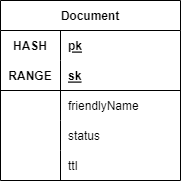
Above: print-me-clone/assets/Document.png in imCertified/portfolio (draw.io), before the change. Source tidied: cells renumbered, new cells last; positions are measured from the earlier drawing's top-left corner, leaving out a move shared by most shapes.
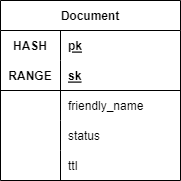
After the commit.

Change to the diagram source:
```diff
@@ -29,7 +29,7 @@
     <mxCell id="10" style="shape=partialRectangle;fillColor=none;top=0;left=0;bottom=0;right=0;overflow=hidden;fontColor=#000000;strokeColor=#000000;" parent="9" vertex="1">
       <mxGeometry width="60" height="30" as="geometry" />
     </mxCell>
-    <mxCell id="11" value="friendlyName" style="shape=partialRectangle;fillColor=none;top=0;left=0;bottom=0;right=0;align=left;spacingLeft=6;overflow=hidden;fontColor=#000000;strokeColor=#000000;" parent="9" vertex="1">
+    <mxCell id="11" value="friendly_name" style="shape=partialRectangle;fillColor=none;top=0;left=0;bottom=0;right=0;align=left;spacingLeft=6;overflow=hidden;fontColor=#000000;strokeColor=#000000;" parent="9" vertex="1">
       <mxGeometry x="60" width="120" height="30" as="geometry" />
     </mxCell>
     <mxCell id="12" style="shape=tableRow;horizontal=0;startSize=0;swimlaneHead=0;swimlaneBody=0;fillColor=none;top=0;left=0;right=0;bottom=0;fontColor=#000000;strokeColor=#000000;" parent="2" vertex="1">
```
